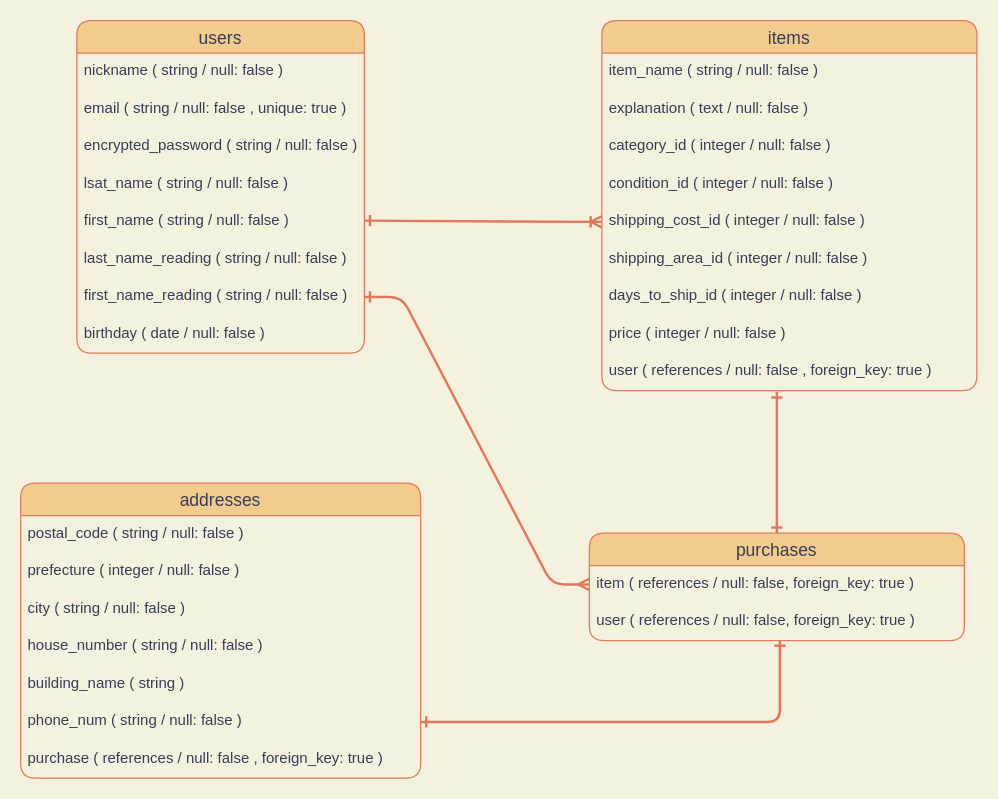
The draw.io diagram table-design.dio in kamahiro0413/furima-33019, before the edit. Source tidied: cells renumbered, new cells numbered last; positions are measured from the earlier drawing's top-left corner, leaving out a move shared by most shapes. Both pictures are drawn from the tidied source at 125%, with x=0, y=0 at pixel (20, 20).
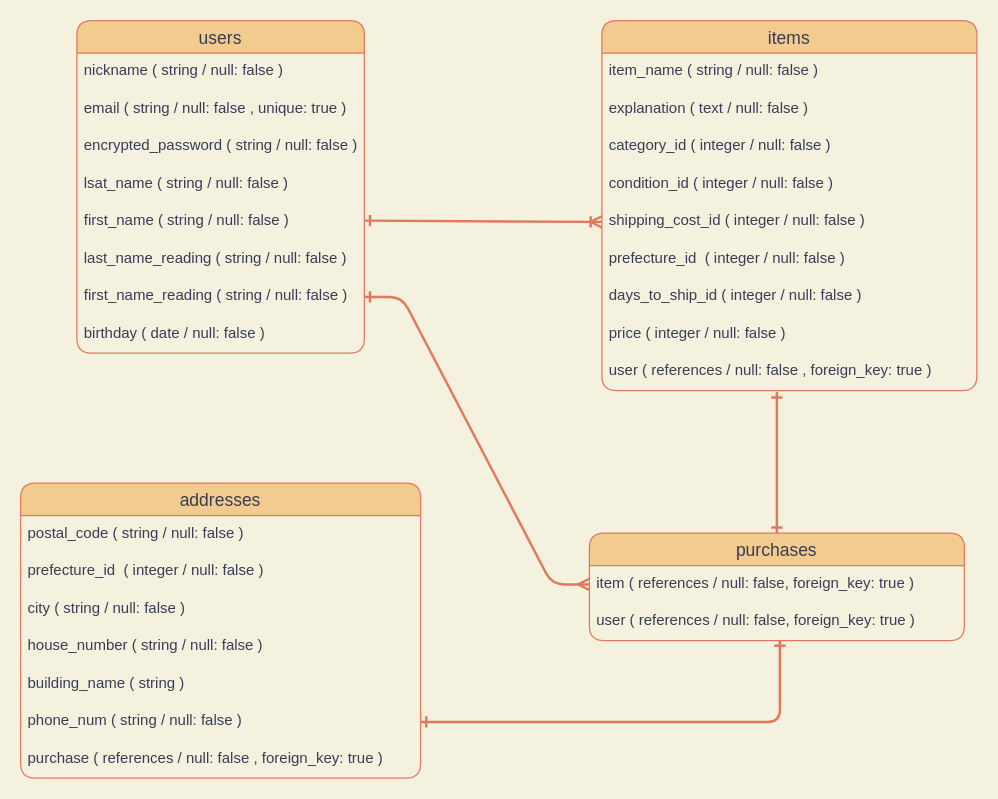
After the change.

Unchanged cells that the change refers to:
```xml
<mxCell id="11" value="items" style="swimlane;fontStyle=0;horizontal=1;startSize=26;align=center;fontSize=14;html=0;rounded=1;fillColor=#F2CC8F;strokeColor=#E07A5F;fontColor=#393C56;" parent="1" vertex="1">
  <mxGeometry x="465" width="300" height="296" as="geometry" />
</mxCell>
<mxCell id="24" value="addresses" style="swimlane;fontStyle=0;horizontal=1;startSize=26;align=center;fontSize=14;html=0;rounded=1;fillColor=#F2CC8F;strokeColor=#E07A5F;fontColor=#393C56;" parent="1" vertex="1">
  <mxGeometry y="370" width="320" height="236" as="geometry" />
</mxCell>
```

The edit, as a diff of the source:
```diff
@@
-    <mxCell id="17" value="shipping_area_id ( integer / null: false )" style="text;strokeColor=none;fillColor=none;spacingLeft=4;spacingRight=4;overflow=hidden;fontSize=12;rounded=1;fontColor=#393C56;" parent="11" vertex="1">
+    <mxCell id="17" value="prefecture_id  ( integer / null: false )" style="text;strokeColor=none;fillColor=none;spacingLeft=4;spacingRight=4;overflow=hidden;fontSize=12;rounded=1;fontColor=#393C56;" parent="11" vertex="1">
       <mxGeometry y="176" width="300" height="30" as="geometry" />
     </mxCell>
@@
-    <mxCell id="26" value="prefecture ( integer / null: false )" style="text;strokeColor=none;fillColor=none;spacingLeft=4;spacingRight=4;overflow=hidden;fontSize=12;rounded=1;fontColor=#393C56;" parent="24" vertex="1">
+    <mxCell id="26" value="prefecture_id  ( integer / null: false )" style="text;strokeColor=none;fillColor=none;spacingLeft=4;spacingRight=4;overflow=hidden;fontSize=12;rounded=1;fontColor=#393C56;" parent="24" vertex="1">
       <mxGeometry y="56" width="320" height="30" as="geometry" />
     </mxCell>
```
